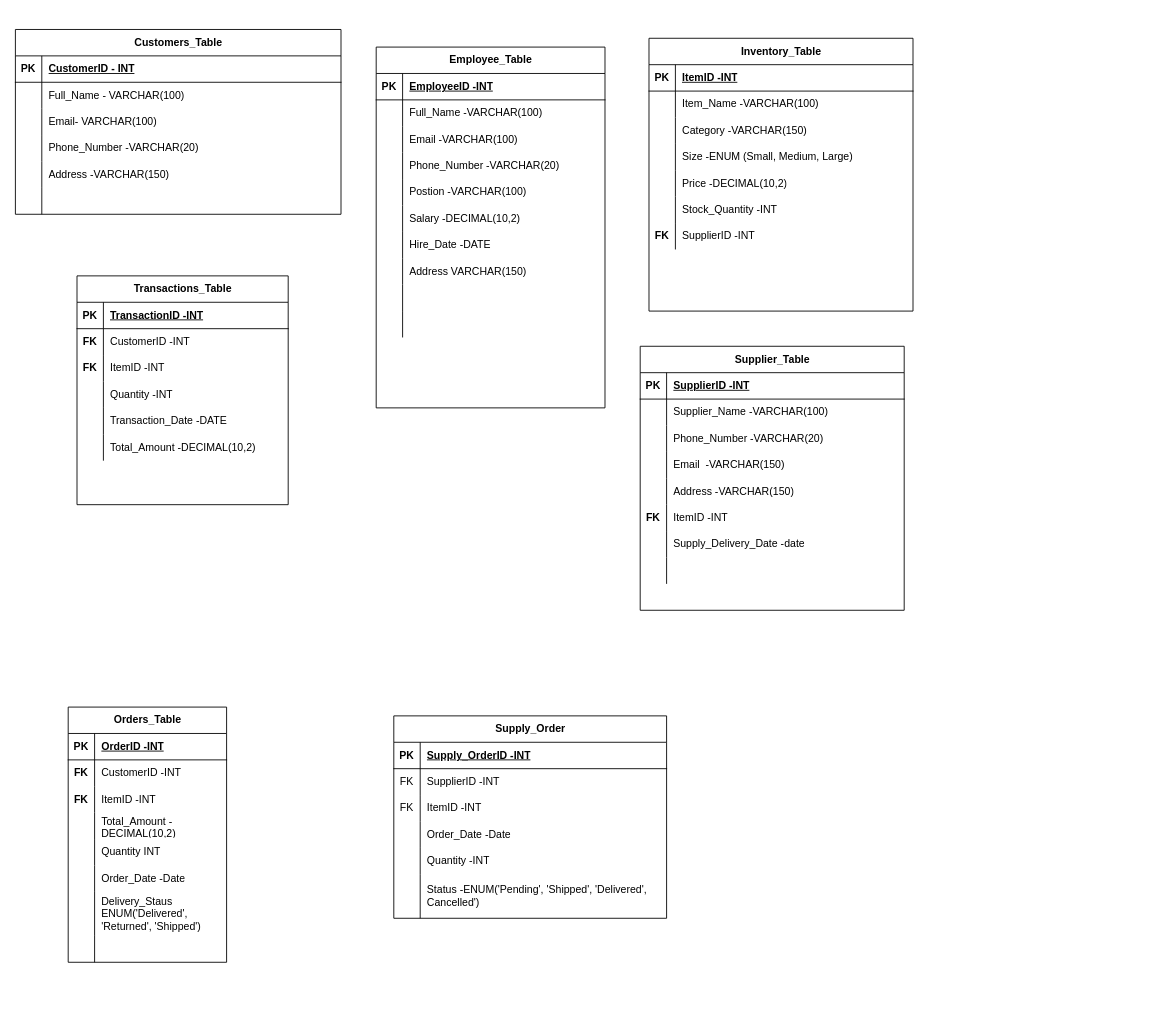
aronkidane014/Capstone_1 keeps this draw.io diagram as Untitled Diagram.drawio. Above is the earlier version. Source tidied: cells renumbered, new cells numbered last; positions are measured from the earlier drawing's top-left corner, leaving out a move shared by most shapes. Both pictures are drawn from the tidied source at 88%, with x=0, y=0 at pixel (15, 29).
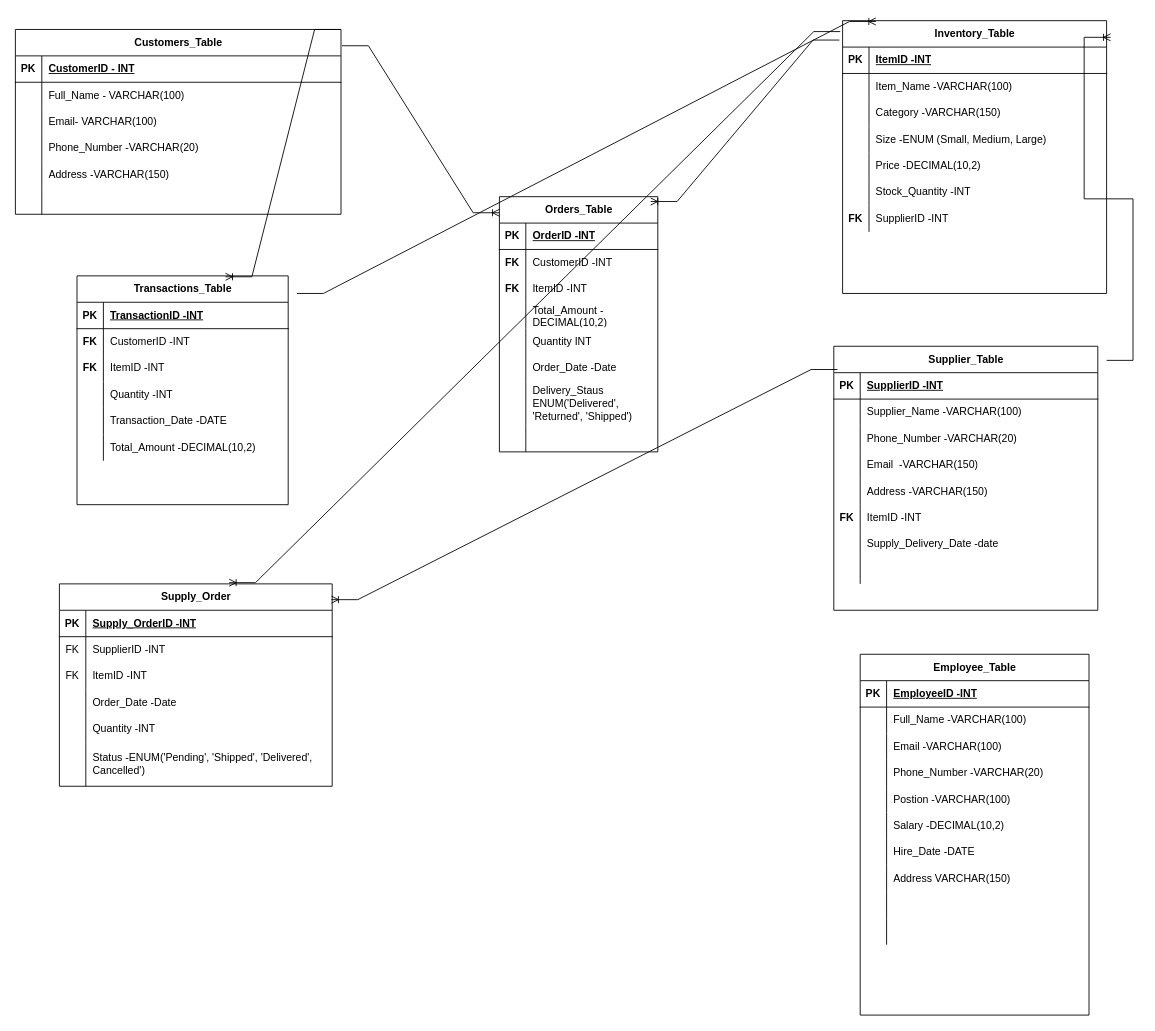
The same page after the edit.

Commit message:
Update diagram with relationship

Unchanged cells that the change refers to:
```xml
<mxCell id="2" value="Customers_Table" style="shape=table;startSize=30;childLayout=tableLayout;rowLines=0;fontStyle=1;align=center;html=1;" parent="1" vertex="1">
  <mxGeometry width="370" height="210" as="geometry" />
</mxCell>
<mxCell id="43" value="Transactions_Table" style="shape=table;startSize=30;childLayout=tableLayout;rowLines=0;fontStyle=1;align=center;html=1;" parent="1" vertex="1">
  <mxGeometry x="70" y="280" width="240" height="260" as="geometry" />
</mxCell>
```

What changed in the source:
```diff
@@
     <mxCell id="21" value="Inventory_Table" style="shape=table;startSize=30;childLayout=tableLayout;rowLines=0;fontStyle=1;align=center;html=1;" parent="1" vertex="1">
-      <mxGeometry x="720" y="10" width="300" height="310" as="geometry" />
+      <mxGeometry x="940" y="-10" width="300" height="310" as="geometry" />
     </mxCell>
@@
     <mxCell id="62" value="Supplier_Table" style="shape=table;startSize=30;childLayout=tableLayout;rowLines=0;fontStyle=1;align=center;html=1;" parent="1" vertex="1">
-      <mxGeometry x="710" y="360" width="300" height="300" as="geometry" />
+      <mxGeometry x="930" y="360" width="300" height="300" as="geometry" />
     </mxCell>
@@
     <mxCell id="87" value="Employee_Table" style="shape=table;startSize=30;childLayout=tableLayout;rowLines=0;fontStyle=1;align=center;html=1;" parent="1" vertex="1">
-      <mxGeometry x="410" y="20" width="260" height="410" as="geometry" />
+      <mxGeometry x="960" y="710" width="260" height="410" as="geometry" />
     </mxCell>
@@
     <mxCell id="118" value="Orders_Table" style="shape=table;startSize=30;childLayout=tableLayout;rowLines=0;fontStyle=1;align=center;html=1;" parent="1" vertex="1">
-      <mxGeometry x="60" y="770" width="180" height="290" as="geometry" />
+      <mxGeometry x="550" y="190" width="180" height="290" as="geometry" />
     </mxCell>
@@
     <mxCell id="143" value="Supply_Order" style="shape=table;startSize=30;childLayout=tableLayout;rowLines=0;fontStyle=1;align=center;html=1;" parent="1" vertex="1">
-      <mxGeometry x="430" y="780" width="310" height="230" as="geometry" />
+      <mxGeometry x="50" y="630" width="310" height="230" as="geometry" />
     </mxCell>
@@
+    <mxCell id="162" style="edgeStyle=entityRelationEdgeStyle;fontSize=12;html=1;endArrow=ERoneToMany;rounded=0;entryX=0.001;entryY=0.063;entryDx=0;entryDy=0;entryPerimeter=0;exitX=1.003;exitY=0.088;exitDx=0;exitDy=0;exitPerimeter=0;" parent="1" edge="1" source="2" target="118">
+      <mxGeometry relative="1" as="geometry">
+        <Array as="points">
+          <mxPoint x="430" y="50" />
+        </Array>
+      </mxGeometry>
+    </mxCell>
+    <mxCell id="163" style="edgeStyle=entityRelationEdgeStyle;fontSize=12;html=1;endArrow=ERoneToMany;rounded=0;entryX=1.015;entryY=0.061;entryDx=0;entryDy=0;entryPerimeter=0;" parent="1" edge="1" target="21">
+      <mxGeometry relative="1" as="geometry">
+        <mxPoint x="1240" y="376" as="sourcePoint" />
+        <Array as="points">
+          <mxPoint x="909" y="290" />
+        </Array>
+      </mxGeometry>
+    </mxCell>
+    <mxCell id="164" style="edgeStyle=entityRelationEdgeStyle;fontSize=12;html=1;endArrow=ERoneToMany;rounded=0;exitX=0.014;exitY=0.088;exitDx=0;exitDy=0;exitPerimeter=0;entryX=0.997;entryY=0.078;entryDx=0;entryDy=0;entryPerimeter=0;" parent="1" edge="1" source="62" target="143">
+      <mxGeometry relative="1" as="geometry" />
+    </mxCell>
+    <mxCell id="165" style="edgeStyle=entityRelationEdgeStyle;fontSize=12;html=1;endArrow=ERoneToMany;rounded=0;exitX=-0.012;exitY=0.071;exitDx=0;exitDy=0;exitPerimeter=0;entryX=0.955;entryY=0.019;entryDx=0;entryDy=0;entryPerimeter=0;" parent="1" edge="1" source="21" target="118">
+      <mxGeometry relative="1" as="geometry">
+        <Array as="points">
+          <mxPoint x="790" y="250" />
+        </Array>
+      </mxGeometry>
+    </mxCell>
+    <mxCell id="166" style="edgeStyle=entityRelationEdgeStyle;fontSize=12;html=1;endArrow=ERoneToMany;rounded=0;entryX=0.622;entryY=-0.006;entryDx=0;entryDy=0;entryPerimeter=0;exitX=-0.009;exitY=0.04;exitDx=0;exitDy=0;exitPerimeter=0;" parent="1" edge="1" source="21" target="143">
+      <mxGeometry relative="1" as="geometry">
+        <Array as="points">
+          <mxPoint x="750" y="615" />
+          <mxPoint x="520" y="190" />
+        </Array>
+      </mxGeometry>
+    </mxCell>
+    <mxCell id="167" style="edgeStyle=entityRelationEdgeStyle;fontSize=12;html=1;endArrow=ERoneToMany;rounded=0;entryX=0.703;entryY=0.004;entryDx=0;entryDy=0;entryPerimeter=0;exitX=1;exitY=0;exitDx=0;exitDy=0;" parent="1" edge="1" source="2" target="43">
+      <mxGeometry relative="1" as="geometry">
+        <Array as="points">
+          <mxPoint x="300" y="270" />
+        </Array>
+      </mxGeometry>
+    </mxCell>
+    <mxCell id="168" style="edgeStyle=entityRelationEdgeStyle;fontSize=12;html=1;endArrow=ERoneToMany;rounded=0;entryX=0.126;entryY=0.003;entryDx=0;entryDy=0;entryPerimeter=0;" parent="1" edge="1" target="21">
+      <mxGeometry relative="1" as="geometry">
+        <mxPoint x="320" y="300" as="sourcePoint" />
+      </mxGeometry>
+    </mxCell>
```
